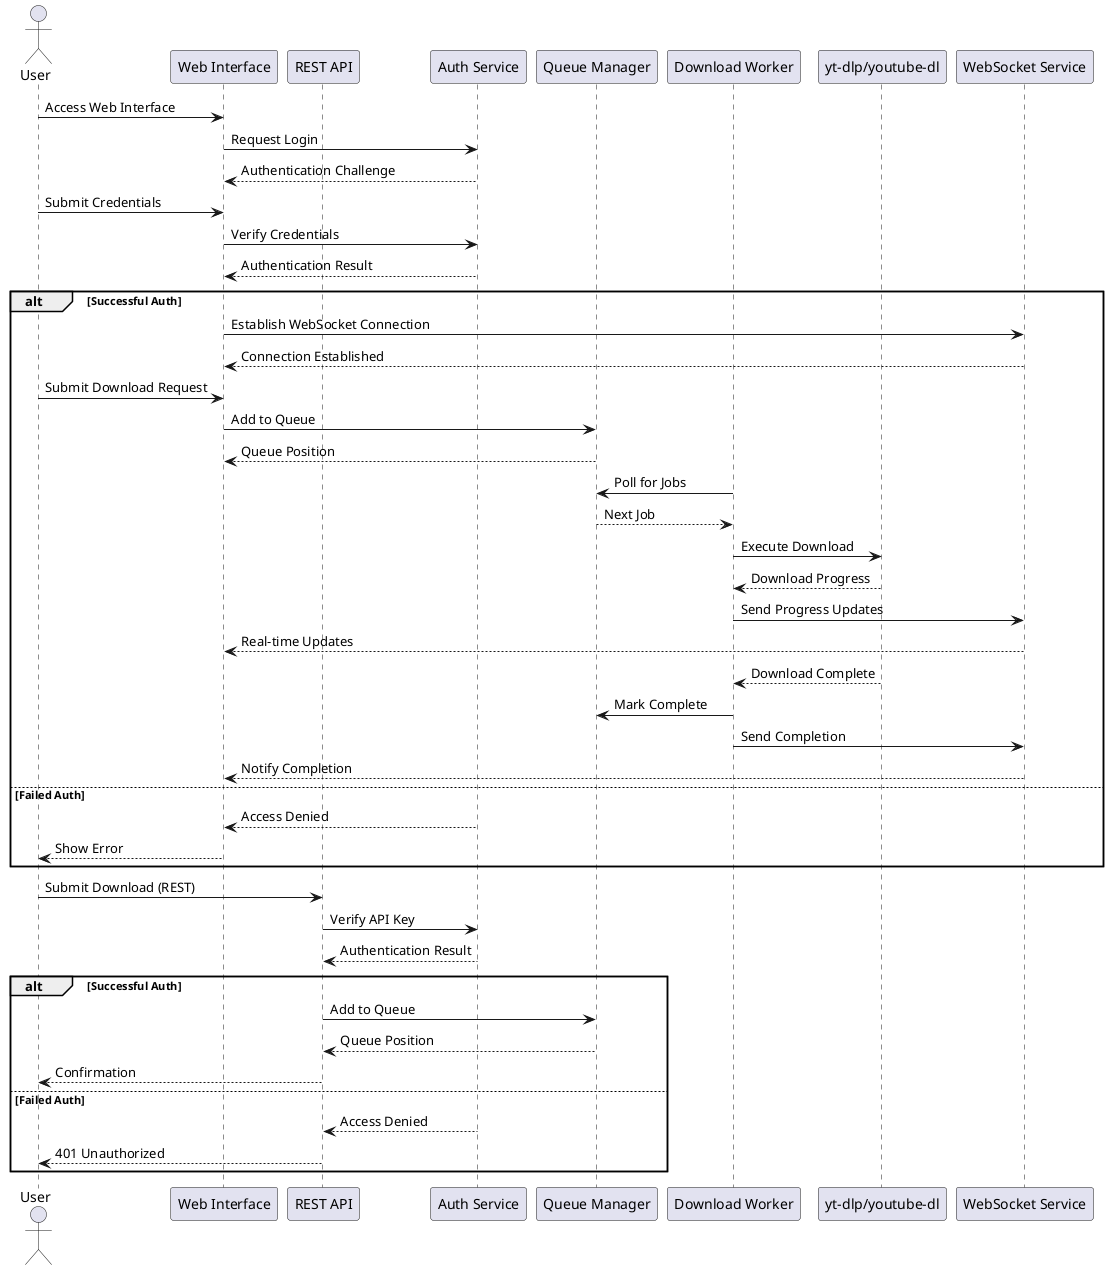
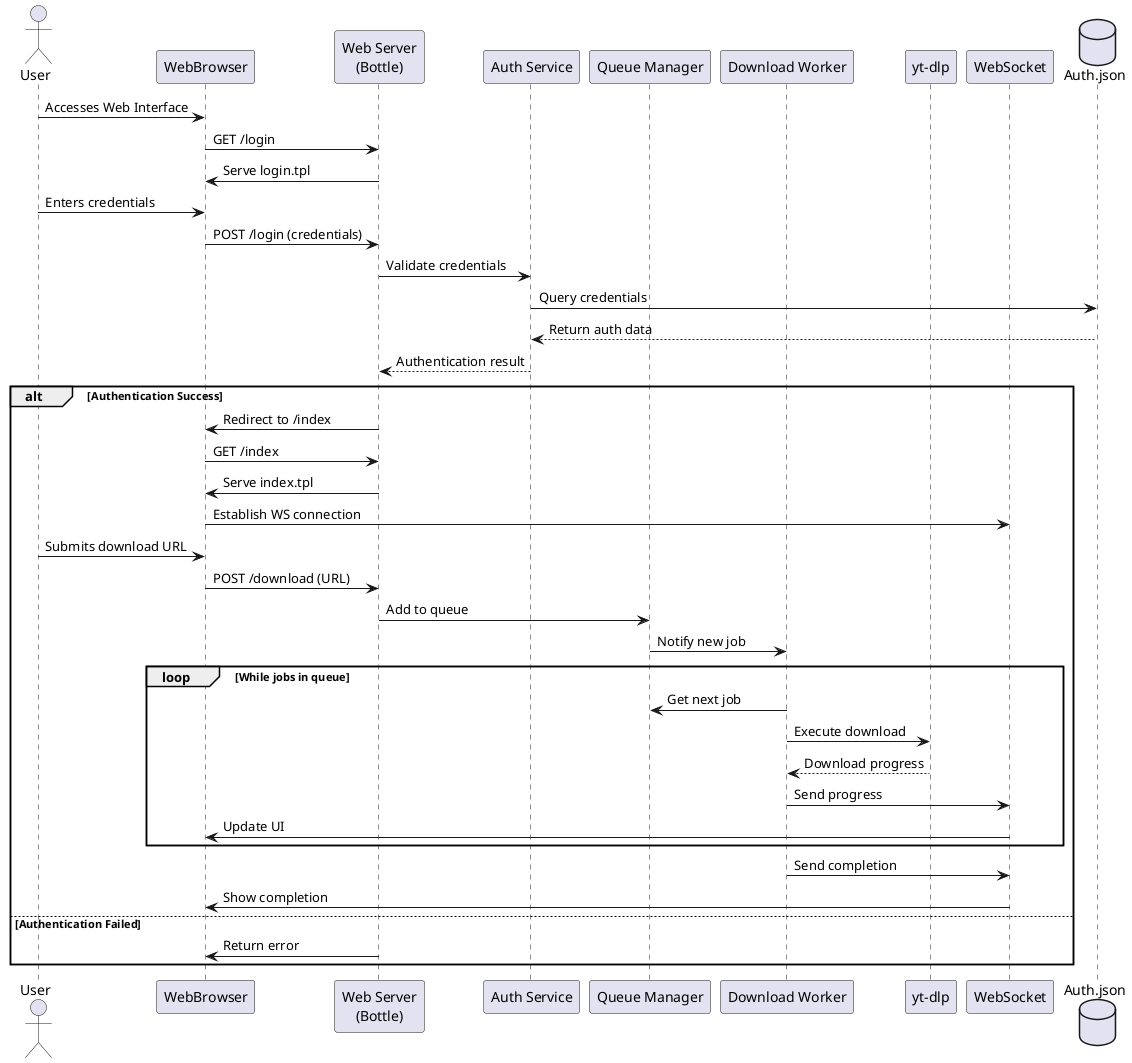
+ Here's the corrected PlantUML sequence diagram for `hyeonsangjeon_youtube-dl-nas`:
+ 
```plantuml
@startuml hyeonsangjeon_youtube-dl-nas

actor User
- participant "Web Interface" as WebUI
- participant "REST API" as API
- participant "Auth Service" as Auth
- participant "Queue Manager" as Queue
- participant "Download Worker" as Worker
- participant "yt-dlp/youtube-dl" as YTDL
- participant "WebSocket Service" as WS
+ participant WebBrowser
+ participant "Web Server\n(Bottle)" as WebServer
+ participant "Auth Service" as AuthService
+ participant "Queue Manager" as QueueManager
+ participant "Download Worker" as DownloadWorker
+ participant "yt-dlp" as YTDLP
+ participant "WebSocket" as WebSocket
+ database "Auth.json" as AuthDB

- User -> WebUI : Access Web Interface
- WebUI -> Auth : Request Login
- Auth --> WebUI : Authentication Challenge
- User -> WebUI : Submit Credentials
- WebUI -> Auth : Verify Credentials
- Auth --> WebUI : Authentication Result
+ User -> WebBrowser: Accesses Web Interface
+ WebBrowser -> WebServer: GET /login
+ WebServer -> WebBrowser: Serve login.tpl

- alt Successful Auth
-     WebUI -> WS : Establish WebSocket Connection
-     WS --> WebUI : Connection Established
+ User -> WebBrowser: Enters credentials
+ WebBrowser -> WebServer: POST /login (credentials)
+ WebServer -> AuthService: Validate credentials
+ AuthService -> AuthDB: Query credentials
+ AuthDB --> AuthService: Return auth data
+ AuthService --> WebServer: Authentication result

-     User -> WebUI : Submit Download Request
-     WebUI -> Queue : Add to Queue
-     Queue --> WebUI : Queue Position
+ alt Authentication Success
+     WebServer -> WebBrowser: Redirect to /index
+     WebBrowser -> WebServer: GET /index
+     WebServer -> WebBrowser: Serve index.tpl
+     WebBrowser -> WebSocket: Establish WS connection

-     Worker -> Queue : Poll for Jobs
-     Queue --> Worker : Next Job
-     Worker -> YTDL : Execute Download
-     YTDL --> Worker : Download Progress
-     Worker -> WS : Send Progress Updates
-     WS --> WebUI : Real-time Updates
+     User -> WebBrowser: Submits download URL
+     WebBrowser -> WebServer: POST /download (URL)
+     WebServer -> QueueManager: Add to queue
+     QueueManager -> DownloadWorker: Notify new job

-     YTDL --> Worker : Download Complete
-     Worker -> Queue : Mark Complete
-     Worker -> WS : Send Completion
-     WS --> WebUI : Notify Completion
- else Failed Auth
-     Auth --> WebUI : Access Denied
-     WebUI --> User : Show Error
- end
+     loop While jobs in queue
+         DownloadWorker -> QueueManager: Get next job
+         DownloadWorker -> YTDLP: Execute download
+         YTDLP --> DownloadWorker: Download progress
+         DownloadWorker -> WebSocket: Send progress
+         WebSocket -> WebBrowser: Update UI
+     end

- User -> API : Submit Download (REST)
- API -> Auth : Verify API Key
- Auth --> API : Authentication Result
- 
- alt Successful Auth
-     API -> Queue : Add to Queue
-     Queue --> API : Queue Position
-     API --> User : Confirmation
- else Failed Auth
-     Auth --> API : Access Denied
-     API --> User : 401 Unauthorized
+     DownloadWorker -> WebSocket: Send completion
+     WebSocket -> WebBrowser: Show completion
+ else Authentication Failed
+     WebServer -> WebBrowser: Return error
end

@enduml
```